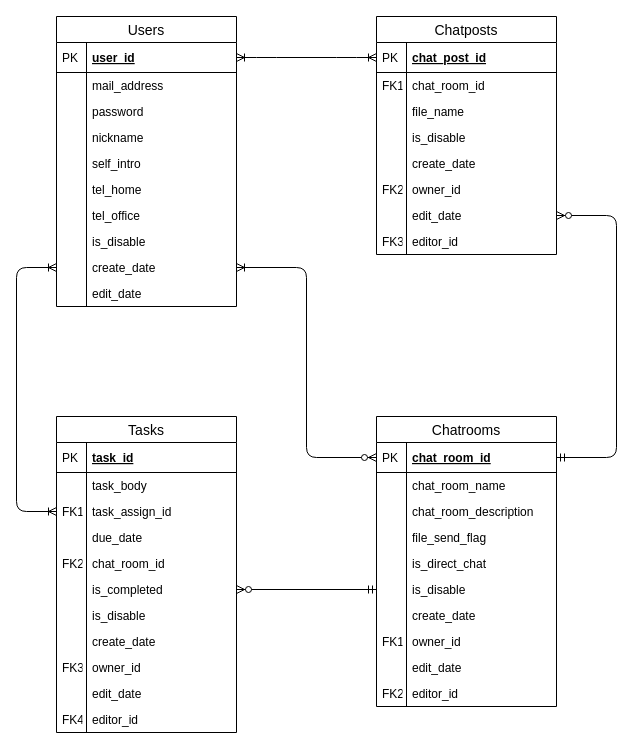
Before: db/db-challenge1/er.drawio in yongdai/quelcode-db, a draw.io diagram. Source tidied: cells renumbered, new cells numbered last; positions are measured from the earlier drawing's top-left corner, leaving out a move shared by most shapes. Both pictures are drawn from the tidied source at 100%, with x=0, y=0 at pixel (16, 16).
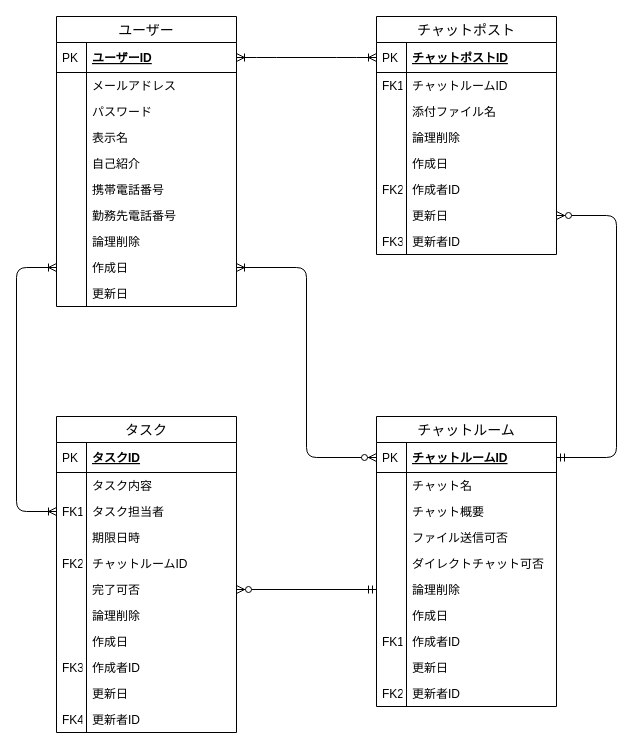
After the change.

Commit message:
英語ー＞日本語に

What changed in the source:
```diff
@@
-    <mxCell id="2" value="Chatposts" style="swimlane;fontStyle=0;horizontal=1;startSize=26;align=center;fontSize=14;labelBackgroundColor=none;fillColor=none;" parent="1" vertex="1">
+    <mxCell id="2" value="チャットポスト" style="swimlane;fontStyle=0;horizontal=1;startSize=26;align=center;fontSize=14;labelBackgroundColor=none;fillColor=none;" parent="1" vertex="1">
       <mxGeometry x="360" width="180" height="238" as="geometry" />
     </mxCell>
-    <mxCell id="3" value="chat_post_id" style="shape=partialRectangle;top=0;left=0;right=0;bottom=1;align=left;verticalAlign=middle;fillColor=none;spacingLeft=34;spacingRight=4;overflow=hidden;points=[[0,0.5],[1,0.5]];portConstraint=eastwest;fontStyle=5;fontSize=12;" parent="2" vertex="1">
+    <mxCell id="3" value="チャットポストID" style="shape=partialRectangle;top=0;left=0;right=0;bottom=1;align=left;verticalAlign=middle;fillColor=none;spacingLeft=34;spacingRight=4;overflow=hidden;points=[[0,0.5],[1,0.5]];portConstraint=eastwest;fontStyle=5;fontSize=12;" parent="2" vertex="1">
       <mxGeometry y="26" width="180" height="30" as="geometry" />
     </mxCell>
@@
-    <mxCell id="5" value="chat_room_id" style="shape=partialRectangle;top=0;left=0;right=0;bottom=0;align=left;verticalAlign=top;fillColor=none;spacingLeft=34;spacingRight=4;overflow=hidden;fontSize=12;" parent="2" vertex="1">
+    <mxCell id="5" value="チャットルームID" style="shape=partialRectangle;top=0;left=0;right=0;bottom=0;align=left;verticalAlign=top;fillColor=none;spacingLeft=34;spacingRight=4;overflow=hidden;fontSize=12;" parent="2" vertex="1">
       <mxGeometry y="56" width="180" height="26" as="geometry" />
     </mxCell>
@@
-    <mxCell id="7" value="file_name" style="shape=partialRectangle;top=0;left=0;right=0;bottom=0;align=left;verticalAlign=top;fillColor=none;spacingLeft=34;spacingRight=4;overflow=hidden;fontSize=12;" parent="2" vertex="1">
+    <mxCell id="7" value="添付ファイル名" style="shape=partialRectangle;top=0;left=0;right=0;bottom=0;align=left;verticalAlign=top;fillColor=none;spacingLeft=34;spacingRight=4;overflow=hidden;fontSize=12;" parent="2" vertex="1">
       <mxGeometry y="82" width="180" height="26" as="geometry" />
     </mxCell>
@@
-    <mxCell id="9" value="is_disable" style="shape=partialRectangle;top=0;left=0;right=0;bottom=0;align=left;verticalAlign=top;fillColor=none;spacingLeft=34;spacingRight=4;overflow=hidden;fontSize=12;" parent="2" vertex="1">
+    <mxCell id="9" value="論理削除" style="shape=partialRectangle;top=0;left=0;right=0;bottom=0;align=left;verticalAlign=top;fillColor=none;spacingLeft=34;spacingRight=4;overflow=hidden;fontSize=12;" parent="2" vertex="1">
       <mxGeometry y="108" width="180" height="26" as="geometry" />
     </mxCell>
@@
-    <mxCell id="11" value="create_date" style="shape=partialRectangle;top=0;left=0;right=0;bottom=0;align=left;verticalAlign=top;fillColor=none;spacingLeft=34;spacingRight=4;overflow=hidden;fontSize=12;" parent="2" vertex="1">
+    <mxCell id="11" value="作成日" style="shape=partialRectangle;top=0;left=0;right=0;bottom=0;align=left;verticalAlign=top;fillColor=none;spacingLeft=34;spacingRight=4;overflow=hidden;fontSize=12;" parent="2" vertex="1">
       <mxGeometry y="134" width="180" height="26" as="geometry" />
     </mxCell>
@@
-    <mxCell id="13" value="owner_id" style="shape=partialRectangle;top=0;left=0;right=0;bottom=0;align=left;verticalAlign=top;fillColor=none;spacingLeft=34;spacingRight=4;overflow=hidden;fontSize=12;" parent="2" vertex="1">
+    <mxCell id="13" value="作成者ID" style="shape=partialRectangle;top=0;left=0;right=0;bottom=0;align=left;verticalAlign=top;fillColor=none;spacingLeft=34;spacingRight=4;overflow=hidden;fontSize=12;" parent="2" vertex="1">
       <mxGeometry y="160" width="180" height="26" as="geometry" />
     </mxCell>
@@
-    <mxCell id="15" value="edit_date" style="shape=partialRectangle;top=0;left=0;right=0;bottom=0;align=left;verticalAlign=top;fillColor=none;spacingLeft=34;spacingRight=4;overflow=hidden;points=[[0,0.5],[1,0.5]];portConstraint=eastwest;fontSize=12;" parent="2" vertex="1">
+    <mxCell id="15" value="更新日" style="shape=partialRectangle;top=0;left=0;right=0;bottom=0;align=left;verticalAlign=top;fillColor=none;spacingLeft=34;spacingRight=4;overflow=hidden;points=[[0,0.5],[1,0.5]];portConstraint=eastwest;fontSize=12;" parent="2" vertex="1">
       <mxGeometry y="186" width="180" height="26" as="geometry" />
     </mxCell>
@@
-    <mxCell id="17" value="editor_id" style="shape=partialRectangle;top=0;left=0;right=0;bottom=0;align=left;verticalAlign=top;fillColor=none;spacingLeft=34;spacingRight=4;overflow=hidden;fontSize=12;" parent="2" vertex="1">
+    <mxCell id="17" value="更新者ID" style="shape=partialRectangle;top=0;left=0;right=0;bottom=0;align=left;verticalAlign=top;fillColor=none;spacingLeft=34;spacingRight=4;overflow=hidden;fontSize=12;" parent="2" vertex="1">
       <mxGeometry y="212" width="180" height="26" as="geometry" />
     </mxCell>
@@
-    <mxCell id="19" value="Users" style="swimlane;fontStyle=0;horizontal=1;startSize=26;align=center;fontSize=14;" parent="1" vertex="1">
+    <mxCell id="19" value="ユーザー" style="swimlane;fontStyle=0;horizontal=1;startSize=26;align=center;fontSize=14;" parent="1" vertex="1">
       <mxGeometry x="40" width="180" height="290" as="geometry" />
     </mxCell>
-    <mxCell id="20" value="user_id" style="shape=partialRectangle;top=0;left=0;right=0;bottom=1;align=left;verticalAlign=middle;fillColor=none;spacingLeft=34;spacingRight=4;overflow=hidden;points=[[0,0.5],[1,0.5]];portConstraint=eastwest;fontStyle=5;fontSize=12;" parent="19" vertex="1">
+    <mxCell id="20" value="ユーザーID" style="shape=partialRectangle;top=0;left=0;right=0;bottom=1;align=left;verticalAlign=middle;fillColor=none;spacingLeft=34;spacingRight=4;overflow=hidden;points=[[0,0.5],[1,0.5]];portConstraint=eastwest;fontStyle=5;fontSize=12;" parent="19" vertex="1">
       <mxGeometry y="26" width="180" height="30" as="geometry" />
     </mxCell>
@@
-    <mxCell id="22" value="mail_address" style="shape=partialRectangle;top=0;left=0;right=0;bottom=0;align=left;verticalAlign=top;fillColor=none;spacingLeft=34;spacingRight=4;overflow=hidden;fontSize=12;" parent="19" vertex="1">
+    <mxCell id="22" value="メールアドレス" style="shape=partialRectangle;top=0;left=0;right=0;bottom=0;align=left;verticalAlign=top;fillColor=none;spacingLeft=34;spacingRight=4;overflow=hidden;fontSize=12;" parent="19" vertex="1">
       <mxGeometry y="56" width="180" height="26" as="geometry" />
     </mxCell>
@@
-    <mxCell id="24" value="password" style="shape=partialRectangle;top=0;left=0;right=0;bottom=0;align=left;verticalAlign=top;fillColor=none;spacingLeft=34;spacingRight=4;overflow=hidden;fontSize=12;" parent="19" vertex="1">
+    <mxCell id="24" value="パスワード" style="shape=partialRectangle;top=0;left=0;right=0;bottom=0;align=left;verticalAlign=top;fillColor=none;spacingLeft=34;spacingRight=4;overflow=hidden;fontSize=12;" parent="19" vertex="1">
       <mxGeometry y="82" width="180" height="26" as="geometry" />
     </mxCell>
@@
-    <mxCell id="26" value="nickname" style="shape=partialRectangle;top=0;left=0;right=0;bottom=0;align=left;verticalAlign=top;fillColor=none;spacingLeft=34;spacingRight=4;overflow=hidden;fontSize=12;labelBackgroundColor=none;" parent="19" vertex="1">
+    <mxCell id="26" value="表示名" style="shape=partialRectangle;top=0;left=0;right=0;bottom=0;align=left;verticalAlign=top;fillColor=none;spacingLeft=34;spacingRight=4;overflow=hidden;fontSize=12;labelBackgroundColor=none;" parent="19" vertex="1">
       <mxGeometry y="108" width="180" height="26" as="geometry" />
     </mxCell>
@@
-    <mxCell id="28" value="self_intro" style="shape=partialRectangle;top=0;left=0;right=0;bottom=0;align=left;verticalAlign=top;fillColor=none;spacingLeft=34;spacingRight=4;overflow=hidden;fontSize=12;" parent="19" vertex="1">
+    <mxCell id="28" value="自己紹介" style="shape=partialRectangle;top=0;left=0;right=0;bottom=0;align=left;verticalAlign=top;fillColor=none;spacingLeft=34;spacingRight=4;overflow=hidden;fontSize=12;" parent="19" vertex="1">
       <mxGeometry y="134" width="180" height="26" as="geometry" />
     </mxCell>
@@
-    <mxCell id="30" value="tel_home" style="shape=partialRectangle;top=0;left=0;right=0;bottom=0;align=left;verticalAlign=top;fillColor=none;spacingLeft=34;spacingRight=4;overflow=hidden;fontSize=12;" parent="19" vertex="1">
+    <mxCell id="30" value="携帯電話番号" style="shape=partialRectangle;top=0;left=0;right=0;bottom=0;align=left;verticalAlign=top;fillColor=none;spacingLeft=34;spacingRight=4;overflow=hidden;fontSize=12;" parent="19" vertex="1">
       <mxGeometry y="160" width="180" height="26" as="geometry" />
     </mxCell>
@@
-    <mxCell id="32" value="tel_office" style="shape=partialRectangle;top=0;left=0;right=0;bottom=0;align=left;verticalAlign=top;fillColor=none;spacingLeft=34;spacingRight=4;overflow=hidden;fontSize=12;" parent="19" vertex="1">
+    <mxCell id="32" value="勤務先電話番号" style="shape=partialRectangle;top=0;left=0;right=0;bottom=0;align=left;verticalAlign=top;fillColor=none;spacingLeft=34;spacingRight=4;overflow=hidden;fontSize=12;" parent="19" vertex="1">
       <mxGeometry y="186" width="180" height="26" as="geometry" />
     </mxCell>
@@
-    <mxCell id="34" value="is_disable" style="shape=partialRectangle;top=0;left=0;right=0;bottom=0;align=left;verticalAlign=top;fillColor=none;spacingLeft=34;spacingRight=4;overflow=hidden;fontSize=12;" parent="19" vertex="1">
+    <mxCell id="34" value="論理削除" style="shape=partialRectangle;top=0;left=0;right=0;bottom=0;align=left;verticalAlign=top;fillColor=none;spacingLeft=34;spacingRight=4;overflow=hidden;fontSize=12;" parent="19" vertex="1">
       <mxGeometry y="212" width="180" height="26" as="geometry" />
     </mxCell>
@@
-    <mxCell id="36" value="create_date" style="shape=partialRectangle;top=0;left=0;right=0;bottom=0;align=left;verticalAlign=top;fillColor=none;spacingLeft=34;spacingRight=4;overflow=hidden;points=[[0,0.5],[1,0.5]];portConstraint=eastwest;fontSize=12;" parent="19" vertex="1">
+    <mxCell id="36" value="作成日" style="shape=partialRectangle;top=0;left=0;right=0;bottom=0;align=left;verticalAlign=top;fillColor=none;spacingLeft=34;spacingRight=4;overflow=hidden;points=[[0,0.5],[1,0.5]];portConstraint=eastwest;fontSize=12;" parent="19" vertex="1">
       <mxGeometry y="238" width="180" height="26" as="geometry" />
     </mxCell>
@@
-    <mxCell id="38" value="edit_date" style="shape=partialRectangle;top=0;left=0;right=0;bottom=0;align=left;verticalAlign=top;fillColor=none;spacingLeft=34;spacingRight=4;overflow=hidden;fontSize=12;" parent="19" vertex="1">
+    <mxCell id="38" value="更新日" style="shape=partialRectangle;top=0;left=0;right=0;bottom=0;align=left;verticalAlign=top;fillColor=none;spacingLeft=34;spacingRight=4;overflow=hidden;fontSize=12;" parent="19" vertex="1">
       <mxGeometry y="264" width="180" height="26" as="geometry" />
     </mxCell>
@@
-    <mxCell id="40" value="Tasks" style="swimlane;fontStyle=0;horizontal=1;startSize=26;align=center;fontSize=14;labelBackgroundColor=none;fillColor=none;" parent="1" vertex="1">
+    <mxCell id="40" value="タスク" style="swimlane;fontStyle=0;horizontal=1;startSize=26;align=center;fontSize=14;labelBackgroundColor=none;fillColor=none;" parent="1" vertex="1">
       <mxGeometry x="40" y="400" width="180" height="316" as="geometry" />
     </mxCell>
-    <mxCell id="41" value="task_id" style="shape=partialRectangle;top=0;left=0;right=0;bottom=1;align=left;verticalAlign=middle;fillColor=none;spacingLeft=34;spacingRight=4;overflow=hidden;fontStyle=5;fontSize=12;" parent="40" vertex="1">
+    <mxCell id="41" value="タスクID" style="shape=partialRectangle;top=0;left=0;right=0;bottom=1;align=left;verticalAlign=middle;fillColor=none;spacingLeft=34;spacingRight=4;overflow=hidden;fontStyle=5;fontSize=12;" parent="40" vertex="1">
       <mxGeometry y="26" width="180" height="30" as="geometry" />
     </mxCell>
@@
-    <mxCell id="43" value="task_body" style="shape=partialRectangle;top=0;left=0;right=0;bottom=0;align=left;verticalAlign=top;fillColor=none;spacingLeft=34;spacingRight=4;overflow=hidden;fontSize=12;" parent="40" vertex="1">
+    <mxCell id="43" value="タスク内容" style="shape=partialRectangle;top=0;left=0;right=0;bottom=0;align=left;verticalAlign=top;fillColor=none;spacingLeft=34;spacingRight=4;overflow=hidden;fontSize=12;" parent="40" vertex="1">
       <mxGeometry y="56" width="180" height="26" as="geometry" />
     </mxCell>
@@
-    <mxCell id="45" value="task_assign_id" style="shape=partialRectangle;top=0;left=0;right=0;bottom=0;align=left;verticalAlign=top;fillColor=none;spacingLeft=34;spacingRight=4;overflow=hidden;points=[[0,0.5],[1,0.5]];portConstraint=eastwest;fontSize=12;" parent="40" vertex="1">
+    <mxCell id="45" value="タスク担当者" style="shape=partialRectangle;top=0;left=0;right=0;bottom=0;align=left;verticalAlign=top;fillColor=none;spacingLeft=34;spacingRight=4;overflow=hidden;points=[[0,0.5],[1,0.5]];portConstraint=eastwest;fontSize=12;" parent="40" vertex="1">
       <mxGeometry y="82" width="180" height="26" as="geometry" />
     </mxCell>
@@
-    <mxCell id="47" value="due_date" style="shape=partialRectangle;top=0;left=0;right=0;bottom=0;align=left;verticalAlign=top;fillColor=none;spacingLeft=34;spacingRight=4;overflow=hidden;fontSize=12;" parent="40" vertex="1">
+    <mxCell id="47" value="期限日時" style="shape=partialRectangle;top=0;left=0;right=0;bottom=0;align=left;verticalAlign=top;fillColor=none;spacingLeft=34;spacingRight=4;overflow=hidden;fontSize=12;" parent="40" vertex="1">
       <mxGeometry y="108" width="180" height="26" as="geometry" />
     </mxCell>
@@
-    <mxCell id="49" value="chat_room_id" style="shape=partialRectangle;top=0;left=0;right=0;bottom=0;align=left;verticalAlign=top;fillColor=none;spacingLeft=34;spacingRight=4;overflow=hidden;fontSize=12;" parent="40" vertex="1">
+    <mxCell id="49" value="チャットルームID" style="shape=partialRectangle;top=0;left=0;right=0;bottom=0;align=left;verticalAlign=top;fillColor=none;spacingLeft=34;spacingRight=4;overflow=hidden;fontSize=12;" parent="40" vertex="1">
       <mxGeometry y="134" width="180" height="26" as="geometry" />
     </mxCell>
@@
-    <mxCell id="51" value="is_completed" style="shape=partialRectangle;top=0;left=0;right=0;bottom=0;align=left;verticalAlign=top;fillColor=none;spacingLeft=34;spacingRight=4;overflow=hidden;points=[[0,0.5],[1,0.5]];portConstraint=eastwest;fontSize=12;" parent="40" vertex="1">
+    <mxCell id="51" value="完了可否" style="shape=partialRectangle;top=0;left=0;right=0;bottom=0;align=left;verticalAlign=top;fillColor=none;spacingLeft=34;spacingRight=4;overflow=hidden;points=[[0,0.5],[1,0.5]];portConstraint=eastwest;fontSize=12;" parent="40" vertex="1">
       <mxGeometry y="160" width="180" height="26" as="geometry" />
     </mxCell>
@@
-    <mxCell id="53" value="is_disable" style="shape=partialRectangle;top=0;left=0;right=0;bottom=0;align=left;verticalAlign=top;fillColor=none;spacingLeft=34;spacingRight=4;overflow=hidden;fontSize=12;" parent="40" vertex="1">
+    <mxCell id="53" value="論理削除" style="shape=partialRectangle;top=0;left=0;right=0;bottom=0;align=left;verticalAlign=top;fillColor=none;spacingLeft=34;spacingRight=4;overflow=hidden;fontSize=12;" parent="40" vertex="1">
       <mxGeometry y="186" width="180" height="26" as="geometry" />
     </mxCell>
@@
-    <mxCell id="55" value="create_date" style="shape=partialRectangle;top=0;left=0;right=0;bottom=0;align=left;verticalAlign=top;fillColor=none;spacingLeft=34;spacingRight=4;overflow=hidden;fontSize=12;" parent="40" vertex="1">
+    <mxCell id="55" value="作成日" style="shape=partialRectangle;top=0;left=0;right=0;bottom=0;align=left;verticalAlign=top;fillColor=none;spacingLeft=34;spacingRight=4;overflow=hidden;fontSize=12;" parent="40" vertex="1">
       <mxGeometry y="212" width="180" height="26" as="geometry" />
     </mxCell>
@@
-    <mxCell id="57" value="owner_id" style="shape=partialRectangle;top=0;left=0;right=0;bottom=0;align=left;verticalAlign=top;fillColor=none;spacingLeft=34;spacingRight=4;overflow=hidden;fontSize=12;" parent="40" vertex="1">
+    <mxCell id="57" value="作成者ID" style="shape=partialRectangle;top=0;left=0;right=0;bottom=0;align=left;verticalAlign=top;fillColor=none;spacingLeft=34;spacingRight=4;overflow=hidden;fontSize=12;" parent="40" vertex="1">
       <mxGeometry y="238" width="180" height="26" as="geometry" />
     </mxCell>
@@
-    <mxCell id="59" value="edit_date" style="shape=partialRectangle;top=0;left=0;right=0;bottom=0;align=left;verticalAlign=top;fillColor=none;spacingLeft=34;spacingRight=4;overflow=hidden;fontSize=12;" parent="40" vertex="1">
+    <mxCell id="59" value="更新日" style="shape=partialRectangle;top=0;left=0;right=0;bottom=0;align=left;verticalAlign=top;fillColor=none;spacingLeft=34;spacingRight=4;overflow=hidden;fontSize=12;" parent="40" vertex="1">
       <mxGeometry y="264" width="180" height="26" as="geometry" />
     </mxCell>
@@
-    <mxCell id="61" value="editor_id" style="shape=partialRectangle;top=0;left=0;right=0;bottom=0;align=left;verticalAlign=top;fillColor=none;spacingLeft=34;spacingRight=4;overflow=hidden;fontSize=12;" parent="40" vertex="1">
+    <mxCell id="61" value="更新者ID" style="shape=partialRectangle;top=0;left=0;right=0;bottom=0;align=left;verticalAlign=top;fillColor=none;spacingLeft=34;spacingRight=4;overflow=hidden;fontSize=12;" parent="40" vertex="1">
       <mxGeometry y="290" width="180" height="26" as="geometry" />
     </mxCell>
@@
-    <mxCell id="63" value="Chatrooms" style="swimlane;fontStyle=0;horizontal=1;startSize=26;align=center;fontSize=14;labelBackgroundColor=none;fillColor=none;" parent="1" vertex="1">
+    <mxCell id="63" value="チャットルーム" style="swimlane;fontStyle=0;horizontal=1;startSize=26;align=center;fontSize=14;labelBackgroundColor=none;fillColor=none;" parent="1" vertex="1">
       <mxGeometry x="360" y="400" width="180" height="290" as="geometry" />
     </mxCell>
-    <mxCell id="64" value="chat_room_id" style="shape=partialRectangle;top=0;left=0;right=0;bottom=1;align=left;verticalAlign=middle;fillColor=none;spacingLeft=34;spacingRight=4;overflow=hidden;points=[[0,0.5],[1,0.5]];portConstraint=eastwest;fontStyle=5;fontSize=12;" parent="63" vertex="1">
+    <mxCell id="64" value="チャットルームID" style="shape=partialRectangle;top=0;left=0;right=0;bottom=1;align=left;verticalAlign=middle;fillColor=none;spacingLeft=34;spacingRight=4;overflow=hidden;points=[[0,0.5],[1,0.5]];portConstraint=eastwest;fontStyle=5;fontSize=12;" parent="63" vertex="1">
       <mxGeometry y="26" width="180" height="30" as="geometry" />
     </mxCell>
@@
-    <mxCell id="66" value="chat_room_name" style="shape=partialRectangle;top=0;left=0;right=0;bottom=0;align=left;verticalAlign=top;fillColor=none;spacingLeft=34;spacingRight=4;overflow=hidden;fontSize=12;" parent="63" vertex="1">
+    <mxCell id="66" value="チャット名" style="shape=partialRectangle;top=0;left=0;right=0;bottom=0;align=left;verticalAlign=top;fillColor=none;spacingLeft=34;spacingRight=4;overflow=hidden;fontSize=12;" parent="63" vertex="1">
       <mxGeometry y="56" width="180" height="26" as="geometry" />
     </mxCell>
@@
-    <mxCell id="68" value="chat_room_description" style="shape=partialRectangle;top=0;left=0;right=0;bottom=0;align=left;verticalAlign=top;fillColor=none;spacingLeft=34;spacingRight=4;overflow=hidden;fontSize=12;" parent="63" vertex="1">
+    <mxCell id="68" value="チャット概要" style="shape=partialRectangle;top=0;left=0;right=0;bottom=0;align=left;verticalAlign=top;fillColor=none;spacingLeft=34;spacingRight=4;overflow=hidden;fontSize=12;" parent="63" vertex="1">
       <mxGeometry y="82" width="180" height="26" as="geometry" />
     </mxCell>
@@
-    <mxCell id="70" value="file_send_flag" style="shape=partialRectangle;top=0;left=0;right=0;bottom=0;align=left;verticalAlign=top;fillColor=none;spacingLeft=34;spacingRight=4;overflow=hidden;fontSize=12;" parent="63" vertex="1">
+    <mxCell id="70" value="ファイル送信可否" style="shape=partialRectangle;top=0;left=0;right=0;bottom=0;align=left;verticalAlign=top;fillColor=none;spacingLeft=34;spacingRight=4;overflow=hidden;fontSize=12;" parent="63" vertex="1">
       <mxGeometry y="108" width="180" height="26" as="geometry" />
     </mxCell>
@@
-    <mxCell id="72" value="is_direct_chat" style="shape=partialRectangle;top=0;left=0;right=0;bottom=0;align=left;verticalAlign=top;fillColor=none;spacingLeft=34;spacingRight=4;overflow=hidden;fontSize=12;" parent="63" vertex="1">
+    <mxCell id="72" value="ダイレクトチャット可否" style="shape=partialRectangle;top=0;left=0;right=0;bottom=0;align=left;verticalAlign=top;fillColor=none;spacingLeft=34;spacingRight=4;overflow=hidden;fontSize=12;" parent="63" vertex="1">
       <mxGeometry y="134" width="180" height="26" as="geometry" />
     </mxCell>
@@
-    <mxCell id="74" value="is_disable" style="shape=partialRectangle;top=0;left=0;right=0;bottom=0;align=left;verticalAlign=top;fillColor=none;spacingLeft=34;spacingRight=4;overflow=hidden;points=[[0,0.5],[1,0.5]];portConstraint=eastwest;fontSize=12;" parent="63" vertex="1">
+    <mxCell id="74" value="論理削除" style="shape=partialRectangle;top=0;left=0;right=0;bottom=0;align=left;verticalAlign=top;fillColor=none;spacingLeft=34;spacingRight=4;overflow=hidden;points=[[0,0.5],[1,0.5]];portConstraint=eastwest;fontSize=12;" parent="63" vertex="1">
       <mxGeometry y="160" width="180" height="26" as="geometry" />
     </mxCell>
@@
-    <mxCell id="76" value="create_date" style="shape=partialRectangle;top=0;left=0;right=0;bottom=0;align=left;verticalAlign=top;fillColor=none;spacingLeft=34;spacingRight=4;overflow=hidden;fontSize=12;" parent="63" vertex="1">
+    <mxCell id="76" value="作成日" style="shape=partialRectangle;top=0;left=0;right=0;bottom=0;align=left;verticalAlign=top;fillColor=none;spacingLeft=34;spacingRight=4;overflow=hidden;fontSize=12;" parent="63" vertex="1">
       <mxGeometry y="186" width="180" height="26" as="geometry" />
     </mxCell>
@@
-    <mxCell id="78" value="owner_id" style="shape=partialRectangle;top=0;left=0;right=0;bottom=0;align=left;verticalAlign=top;fillColor=none;spacingLeft=34;spacingRight=4;overflow=hidden;fontSize=12;" parent="63" vertex="1">
+    <mxCell id="78" value="作成者ID" style="shape=partialRectangle;top=0;left=0;right=0;bottom=0;align=left;verticalAlign=top;fillColor=none;spacingLeft=34;spacingRight=4;overflow=hidden;fontSize=12;" parent="63" vertex="1">
       <mxGeometry y="212" width="180" height="26" as="geometry" />
     </mxCell>
@@
-    <mxCell id="80" value="edit_date" style="shape=partialRectangle;top=0;left=0;right=0;bottom=0;align=left;verticalAlign=top;fillColor=none;spacingLeft=34;spacingRight=4;overflow=hidden;fontSize=12;" parent="63" vertex="1">
+    <mxCell id="80" value="更新日" style="shape=partialRectangle;top=0;left=0;right=0;bottom=0;align=left;verticalAlign=top;fillColor=none;spacingLeft=34;spacingRight=4;overflow=hidden;fontSize=12;" parent="63" vertex="1">
       <mxGeometry y="238" width="180" height="26" as="geometry" />
     </mxCell>
@@
-    <mxCell id="82" value="editor_id" style="shape=partialRectangle;top=0;left=0;right=0;bottom=0;align=left;verticalAlign=top;fillColor=none;spacingLeft=34;spacingRight=4;overflow=hidden;fontSize=12;" parent="63" vertex="1">
+    <mxCell id="82" value="更新者ID" style="shape=partialRectangle;top=0;left=0;right=0;bottom=0;align=left;verticalAlign=top;fillColor=none;spacingLeft=34;spacingRight=4;overflow=hidden;fontSize=12;" parent="63" vertex="1">
       <mxGeometry y="264" width="180" height="26" as="geometry" />
     </mxCell>
```
